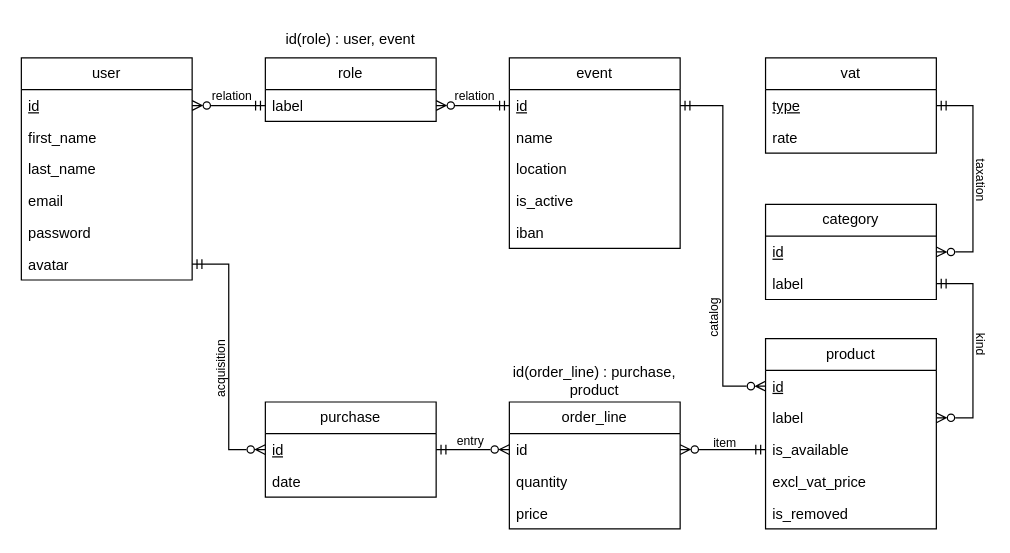
Earlier version of the draw.io diagram database/docs/entity-relationship-diagram.drawio (maxoux53/smartkiosk). Source tidied: cells renumbered, new cells numbered last; positions are measured from the earlier drawing's top-left corner, leaving out a move shared by most shapes. Both pictures are drawn from the tidied source at 122%, with x=0, y=0 at pixel (21, 21).
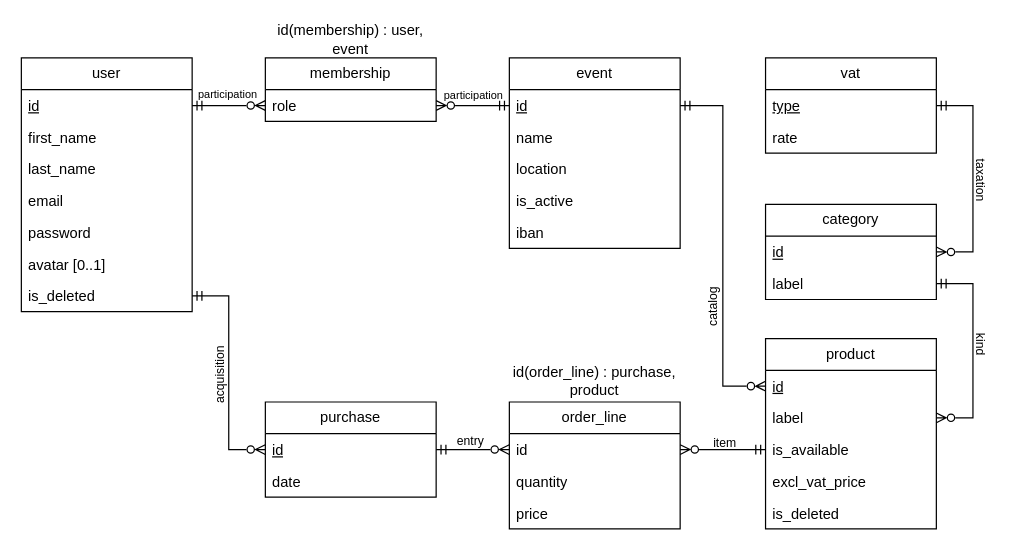
After the change.

Commit message (it also covers changes not shown here):
docs: support account deletion via id_deleted + fix

The change refers to these unchanged cells:
```xml
<mxCell id="3" value="id" style="text;strokeColor=none;fillColor=none;align=left;verticalAlign=top;spacingLeft=4;spacingRight=4;overflow=hidden;points=[[0,0.5],[1,0.5]];portConstraint=eastwest;whiteSpace=wrap;html=1;fontStyle=4;" parent="2" vertex="1">
  <mxGeometry y="26" width="140" height="26" as="geometry" />
</mxCell>
<mxCell id="16" value="id" style="text;strokeColor=none;fillColor=none;align=left;verticalAlign=top;spacingLeft=4;spacingRight=4;overflow=hidden;points=[[0,0.5],[1,0.5]];portConstraint=eastwest;whiteSpace=wrap;html=1;fontStyle=4;" parent="15" vertex="1">
  <mxGeometry y="26" width="140" height="26" as="geometry" />
</mxCell>
<mxCell id="18" value="product" style="swimlane;fontStyle=0;horizontal=1;startSize=26;fillColor=none;whiteSpace=wrap;html=1;" parent="1" vertex="1">
  <mxGeometry x="610" y="260" width="140" height="156" as="geometry" />
</mxCell>
<mxCell id="45" style="group;" parent="1" vertex="1">
  <mxGeometry x="200" width="140" height="82" as="geometry" />
</mxCell>
```

Change to the diagram source:
```diff
@@
     <mxCell id="2" value="user" style="swimlane;fontStyle=0;horizontal=1;startSize=26;fillColor=none;whiteSpace=wrap;html=1;" parent="1" vertex="1">
-      <mxGeometry y="30" width="140" height="182" as="geometry" />
+      <mxGeometry y="30" width="140" height="208" as="geometry" />
     </mxCell>
@@
-    <mxCell id="8" value="avatar" style="text;strokeColor=none;fillColor=none;align=left;verticalAlign=top;spacingLeft=4;spacingRight=4;overflow=hidden;points=[[0,0.5],[1,0.5]];portConstraint=eastwest;whiteSpace=wrap;html=1;" parent="2" vertex="1">
+    <mxCell id="8" value="avatar [0..1]" style="text;strokeColor=none;fillColor=none;align=left;verticalAlign=top;spacingLeft=4;spacingRight=4;overflow=hidden;points=[[0,0.5],[1,0.5]];portConstraint=eastwest;whiteSpace=wrap;html=1;" parent="2" vertex="1">
       <mxGeometry y="156" width="140" height="26" as="geometry" />
     </mxCell>
+    <mxCell id="56" value="is_deleted" style="text;strokeColor=none;fillColor=none;align=left;verticalAlign=top;spacingLeft=4;spacingRight=4;overflow=hidden;points=[[0,0.5],[1,0.5]];portConstraint=eastwest;whiteSpace=wrap;html=1;" parent="2" vertex="1">
+      <mxGeometry y="182" width="140" height="26" as="geometry" />
+    </mxCell>
@@
-    <mxCell id="23" value="is_removed" style="text;strokeColor=none;fillColor=none;align=left;verticalAlign=top;spacingLeft=4;spacingRight=4;overflow=hidden;whiteSpace=wrap;html=1;" parent="18" vertex="1">
+    <mxCell id="23" value="is_deleted" style="text;strokeColor=none;fillColor=none;align=left;verticalAlign=top;spacingLeft=4;spacingRight=4;overflow=hidden;whiteSpace=wrap;html=1;" parent="18" vertex="1">
       <mxGeometry y="130" width="140" height="26" as="geometry" />
     </mxCell>
@@
-    <mxCell id="31" style="edgeStyle=orthogonalEdgeStyle;rounded=0;jettySize=auto;html=1;exitX=1;exitY=0.5;exitDx=0;exitDy=0;entryX=0;entryY=0.5;entryDx=0;entryDy=0;startArrow=ERzeroToMany;startFill=0;endArrow=ERmandOne;endFill=0;" parent="1" edge="1" source="3" target="47">
+    <mxCell id="31" style="edgeStyle=orthogonalEdgeStyle;rounded=0;jettySize=auto;html=1;exitX=1;exitY=0.5;exitDx=0;exitDy=0;entryX=0;entryY=0.5;entryDx=0;entryDy=0;startArrow=ERmandOne;startFill=0;endArrow=ERzeroToMany;endFill=0;" parent="1" edge="1" source="3" target="47">
       <mxGeometry relative="1" as="geometry" />
     </mxCell>
@@
-    <mxCell id="37" style="edgeStyle=orthogonalEdgeStyle;rounded=0;jettySize=auto;html=1;exitX=0;exitY=0.5;exitDx=0;exitDy=0;entryX=1;entryY=0.5;entryDx=0;entryDy=0;endArrow=ERmandOne;endFill=0;startArrow=ERzeroToMany;startFill=0;" parent="1" edge="1" source="16" target="8">
+    <mxCell id="37" style="edgeStyle=orthogonalEdgeStyle;rounded=0;jettySize=auto;html=1;exitX=0;exitY=0.5;exitDx=0;exitDy=0;entryX=1;entryY=0.5;entryDx=0;entryDy=0;endArrow=ERmandOne;endFill=0;startArrow=ERzeroToMany;startFill=0;" parent="1" edge="1" source="16" target="56">
       <mxGeometry relative="1" as="geometry" />
     </mxCell>
@@
-    <mxCell id="46" value="role" style="swimlane;fontStyle=0;horizontal=1;startSize=26;fillColor=none;whiteSpace=wrap;html=1;" parent="45" vertex="1">
+    <mxCell id="46" value="membership" style="swimlane;fontStyle=0;horizontal=1;startSize=26;fillColor=none;whiteSpace=wrap;html=1;" parent="45" vertex="1">
       <mxGeometry y="30" width="140" height="52" as="geometry" />
     </mxCell>
-    <mxCell id="47" value="label" style="text;strokeColor=none;fillColor=none;align=left;verticalAlign=top;spacingLeft=4;spacingRight=4;overflow=hidden;points=[[0,0.5],[1,0.5]];portConstraint=eastwest;whiteSpace=wrap;html=1;fontStyle=0;" parent="46" vertex="1">
+    <mxCell id="47" value="role" style="text;strokeColor=none;fillColor=none;align=left;verticalAlign=top;spacingLeft=4;spacingRight=4;overflow=hidden;points=[[0,0.5],[1,0.5]];portConstraint=eastwest;whiteSpace=wrap;html=1;fontStyle=0;" parent="46" vertex="1">
       <mxGeometry y="26" width="140" height="26" as="geometry" />
     </mxCell>
-    <mxCell id="48" value="id(role) : user, event" style="text;html=1;align=center;verticalAlign=middle;whiteSpace=wrap;rounded=0;" parent="45" vertex="1">
+    <mxCell id="48" value="id(membership) : user, event" style="text;html=1;align=center;verticalAlign=middle;whiteSpace=wrap;rounded=0;" parent="45" vertex="1">
       <mxGeometry width="140" height="30" as="geometry" />
     </mxCell>
     <mxCell id="49" value="acquisition" style="text;html=1;align=center;verticalAlign=middle;whiteSpace=wrap;rounded=0;rotation=-90;fontSize=10;" parent="1" vertex="1">
-      <mxGeometry x="140" y="280" width="46.5" height="10" as="geometry" />
+      <mxGeometry x="139" y="285" width="46.5" height="10" as="geometry" />
     </mxCell>
@@
     <mxCell id="53" value="catalog" style="text;html=1;align=center;verticalAlign=middle;whiteSpace=wrap;rounded=0;fontSize=10;rotation=-90;" parent="1" vertex="1">
-      <mxGeometry x="549" y="238" width="37" height="10" as="geometry" />
+      <mxGeometry x="548" y="229" width="37" height="10" as="geometry" />
     </mxCell>
-    <mxCell id="54" value="relation" style="text;html=1;align=center;verticalAlign=middle;whiteSpace=wrap;rounded=0;fontSize=10;" parent="1" vertex="1">
-      <mxGeometry x="154.5" y="56" width="36" height="10" as="geometry" />
+    <mxCell id="54" value="participation" style="text;html=1;align=center;verticalAlign=middle;whiteSpace=wrap;rounded=0;fontSize=9;" parent="1" vertex="1">
+      <mxGeometry x="144" y="55" width="50.5" height="10" as="geometry" />
     </mxCell>
-    <mxCell id="55" value="relation" style="text;html=1;align=center;verticalAlign=middle;whiteSpace=wrap;rounded=0;fontSize=10;" parent="1" vertex="1">
-      <mxGeometry x="353.5" y="56" width="36" height="10" as="geometry" />
+    <mxCell id="55" value="participation" style="text;html=1;align=center;verticalAlign=middle;whiteSpace=wrap;rounded=0;fontSize=9;" parent="1" vertex="1">
+      <mxGeometry x="346" y="56" width="49.5" height="10" as="geometry" />
     </mxCell>
```
